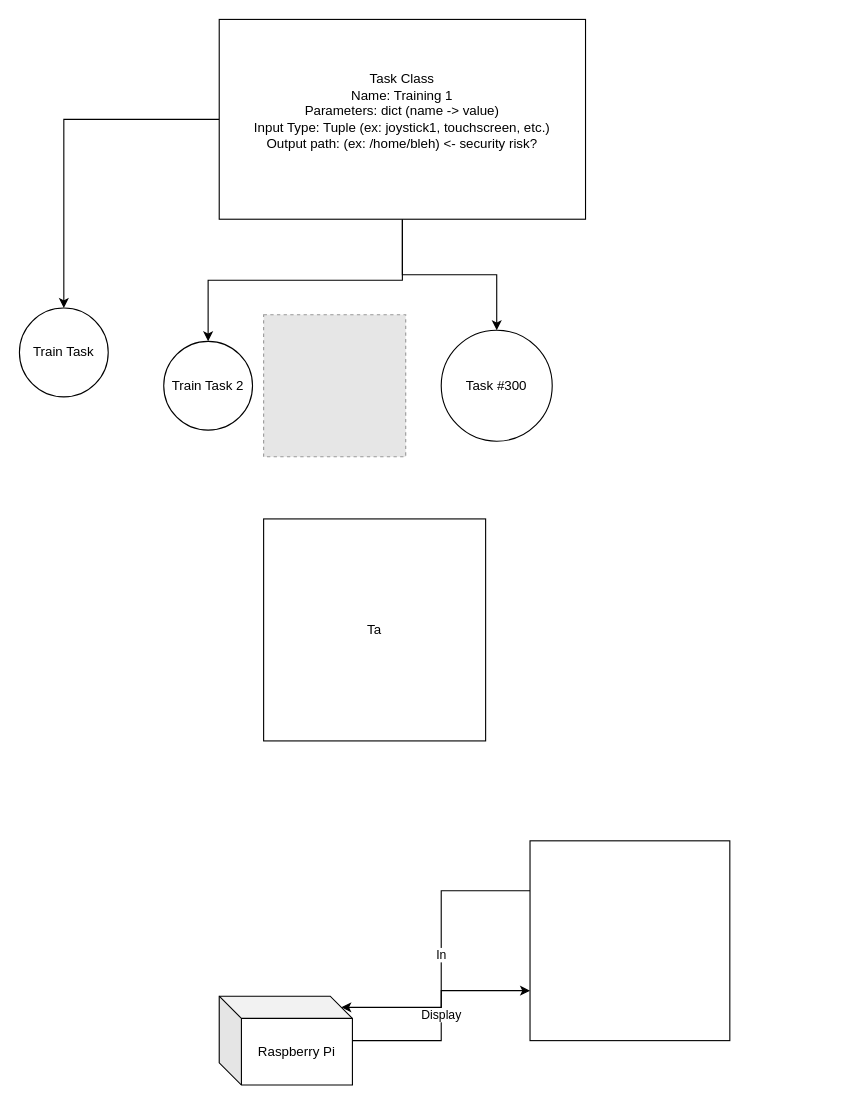
The draw.io diagram Diagrams.drawio in mdberkey/ChimpPygames, before the edit. Source tidied: cells renumbered, new cells numbered last; positions are measured from the earlier drawing's top-left corner, leaving out a move shared by most shapes. Both pictures are drawn from the tidied source at 111%, with x=0, y=0 at pixel (19, 19). Pictures stored in the file or linked from it are replaced by grey dashed boxes.
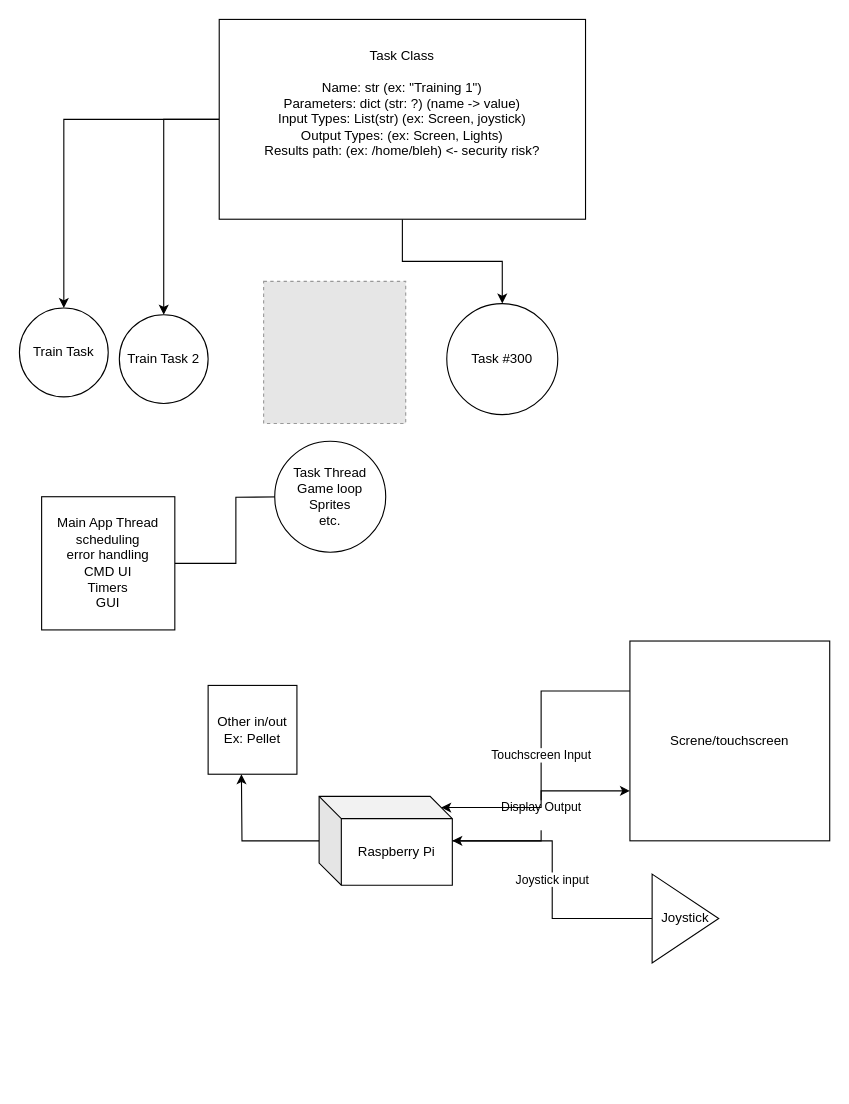
Above is the later version.

Change to the diagram source:
```diff
@@
-    <mxCell id="2" value="Display" style="edgeStyle=orthogonalEdgeStyle;rounded=0;jettySize=auto;html=1;entryX=0;entryY=0.75;entryDx=0;entryDy=0;" parent="1" edge="1" source="3" target="5">
+    <mxCell id="2" value="&lt;div&gt;Display Output&lt;/div&gt;&lt;div&gt;&lt;br&gt;&lt;/div&gt;" style="edgeStyle=orthogonalEdgeStyle;rounded=0;jettySize=auto;html=1;entryX=0;entryY=0.75;entryDx=0;entryDy=0;" parent="1" edge="1" source="3" target="5">
       <mxGeometry relative="1" as="geometry" />
     </mxCell>
+    <mxCell id="15" style="edgeStyle=orthogonalEdgeStyle;rounded=0;jettySize=auto;html=1;" parent="1" edge="1" source="3">
+      <mxGeometry relative="1" as="geometry">
+        <mxPoint x="200" y="680" as="targetPoint" />
+      </mxGeometry>
+    </mxCell>
     <mxCell id="3" value="Raspberry Pi" style="shape=cube;whiteSpace=wrap;html=1;boundedLbl=1;backgroundOutline=1;darkOpacity=0.05;darkOpacity2=0.1;" parent="1" vertex="1">
-      <mxGeometry x="180" y="880" width="120" height="80" as="geometry" />
+      <mxGeometry x="270" y="700" width="120" height="80" as="geometry" />
     </mxCell>
-    <mxCell id="4" value="In" style="edgeStyle=orthogonalEdgeStyle;rounded=0;jettySize=auto;html=1;exitX=0;exitY=0.25;exitDx=0;exitDy=0;entryX=0;entryY=0;entryDx=110;entryDy=10;entryPerimeter=0;" parent="1" edge="1" source="5" target="3">
+    <mxCell id="4" value="Touchscreen Input" style="edgeStyle=orthogonalEdgeStyle;rounded=0;jettySize=auto;html=1;exitX=0;exitY=0.25;exitDx=0;exitDy=0;entryX=0;entryY=0;entryDx=110;entryDy=10;entryPerimeter=0;" parent="1" edge="1" source="5" target="3">
       <mxGeometry relative="1" as="geometry" />
     </mxCell>
-    <mxCell id="5" style="whiteSpace=wrap;html=1;" parent="1" vertex="1">
-      <mxGeometry x="460" y="740" width="180" height="180" as="geometry" />
+    <mxCell id="5" value="Screne/touchscreen" style="whiteSpace=wrap;html=1;" parent="1" vertex="1">
+      <mxGeometry x="550" y="560" width="180" height="180" as="geometry" />
     </mxCell>
@@
-    <mxCell id="9" value="&lt;div&gt;Task Class&lt;/div&gt;&lt;div&gt;Name: Training 1&lt;br&gt;&lt;/div&gt;&lt;div&gt;Parameters: dict (name -&amp;gt; value)&lt;/div&gt;&lt;div&gt;Input Type: Tuple (ex: joystick1, touchscreen, etc.)&lt;/div&gt;&lt;div&gt;Output path: (ex: /home/bleh) &amp;lt;- security risk?&lt;br&gt;&lt;/div&gt;&lt;div&gt;&lt;br&gt;&lt;/div&gt;" style="rounded=0;whiteSpace=wrap;html=1;" parent="1" vertex="1">
+    <mxCell id="9" value="&lt;div&gt;Task Class&lt;/div&gt;&lt;div&gt;&lt;br&gt;&lt;/div&gt;&lt;div&gt;Name: str (ex: &quot;Training 1&quot;)&lt;br&gt;&lt;/div&gt;&lt;div&gt;Parameters: dict (str: ?) (name -&amp;gt; value)&lt;/div&gt;&lt;div&gt;Input Types: List(str) (ex: Screen, joystick)&lt;br&gt;&lt;/div&gt;&lt;div&gt;Output Types: (ex: Screen, Lights)&lt;br&gt;&lt;/div&gt;&lt;div&gt;Results path: (ex: /home/bleh) &amp;lt;- security risk?&lt;/div&gt;&lt;div&gt;&lt;br&gt;&lt;/div&gt;&lt;div&gt;&lt;br&gt;&lt;/div&gt;" style="rounded=0;whiteSpace=wrap;html=1;" parent="1" vertex="1">
       <mxGeometry x="180" width="330" height="180" as="geometry" />
     </mxCell>
@@
     <mxCell id="11" value="Train Task 2" style="ellipse;whiteSpace=wrap;html=1;" parent="1" vertex="1">
-      <mxGeometry x="130" y="290" width="80" height="80" as="geometry" />
+      <mxGeometry x="90" y="266" width="80" height="80" as="geometry" />
     </mxCell>
     <mxCell id="12" value="Task #300" style="ellipse;whiteSpace=wrap;html=1;" parent="1" vertex="1">
-      <mxGeometry x="380" y="280" width="100" height="100" as="geometry" />
+      <mxGeometry x="385" y="256" width="100" height="100" as="geometry" />
     </mxCell>
     <mxCell id="13" style="fillColor=#E6E6E6;strokeColor=#999999;dashed=1;html=1;verticalAlign=top;verticalLabelPosition=bottom;labelBackgroundColor=#ffffff;" parent="1" vertex="1">
-      <mxGeometry x="220" y="266" width="128" height="128" as="geometry" />
+      <mxGeometry x="220" y="236" width="128" height="128" as="geometry" />
     </mxCell>
-    <mxCell id="14" value="Ta" style="whiteSpace=wrap;html=1;" parent="1" vertex="1">
-      <mxGeometry x="220" y="450" width="200" height="200" as="geometry" />
-    </mxCell>
+    <mxCell id="16" style="edgeStyle=orthogonalEdgeStyle;rounded=0;jettySize=auto;html=1;exitX=1;exitY=0.5;exitDx=0;exitDy=0;" parent="1" edge="1" source="17">
+      <mxGeometry relative="1" as="geometry">
+        <mxPoint x="250" y="430" as="targetPoint" />
+      </mxGeometry>
+    </mxCell>
+    <mxCell id="17" value="&lt;div&gt;Main App Thread&lt;/div&gt;&lt;div&gt;scheduling&lt;/div&gt;&lt;div&gt;error handling&lt;/div&gt;&lt;div&gt;CMD UI&lt;/div&gt;&lt;div&gt;Timers&lt;br&gt;&lt;/div&gt;&lt;div&gt;GUI&lt;br&gt;&lt;/div&gt;" style="whiteSpace=wrap;html=1;" parent="1" vertex="1">
+      <mxGeometry x="20" y="430" width="120" height="120" as="geometry" />
+    </mxCell>
+    <mxCell id="18" value="&lt;div&gt;Task Thread&lt;/div&gt;&lt;div&gt;Game loop&lt;/div&gt;&lt;div&gt;Sprites&lt;/div&gt;&lt;div&gt;etc.&lt;br&gt;&lt;/div&gt;" style="ellipse;whiteSpace=wrap;html=1;" parent="1" vertex="1">
+      <mxGeometry x="230" y="380" width="100" height="100" as="geometry" />
+    </mxCell>
+    <mxCell id="19" value="Joystick input" style="edgeStyle=orthogonalEdgeStyle;rounded=0;jettySize=auto;html=1;" parent="1" edge="1" source="20" target="3">
+      <mxGeometry relative="1" as="geometry" />
+    </mxCell>
+    <mxCell id="20" value="Joystick" style="triangle;whiteSpace=wrap;html=1;" parent="1" vertex="1">
+      <mxGeometry x="570" y="770" width="60" height="80" as="geometry" />
+    </mxCell>
+    <mxCell id="21" value="&lt;div&gt;Other in/out&lt;/div&gt;&lt;div&gt;Ex: Pellet&lt;br&gt;&lt;/div&gt;" style="whiteSpace=wrap;html=1;" parent="1" vertex="1">
+      <mxGeometry x="170" y="600" width="80" height="80" as="geometry" />
+    </mxCell>
```
